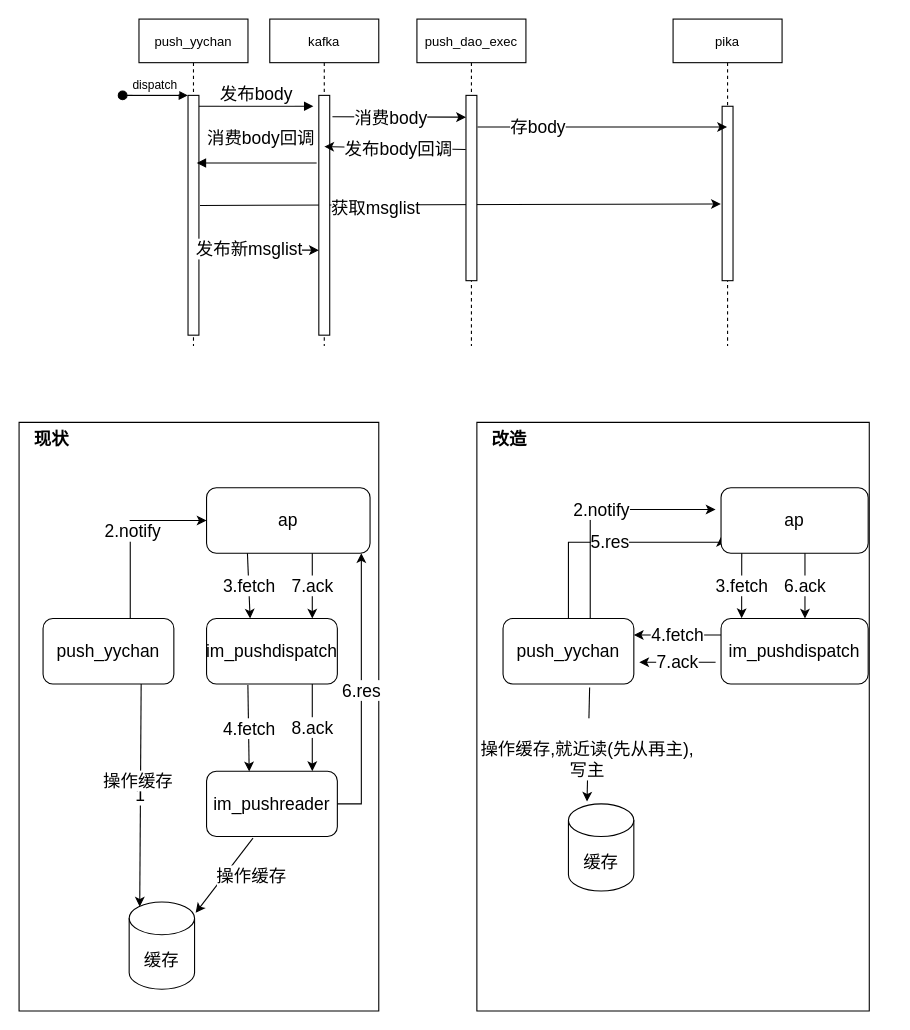
The draw.io diagram push推送时序图.drawio in zouzc/datagrams, before the edit. Source tidied: cells renumbered, new cells numbered last; positions are measured from the earlier drawing's top-left corner, leaving out a move shared by most shapes. Both pictures are drawn from the tidied source at 109%, with x=0, y=0 at pixel (19, 19).
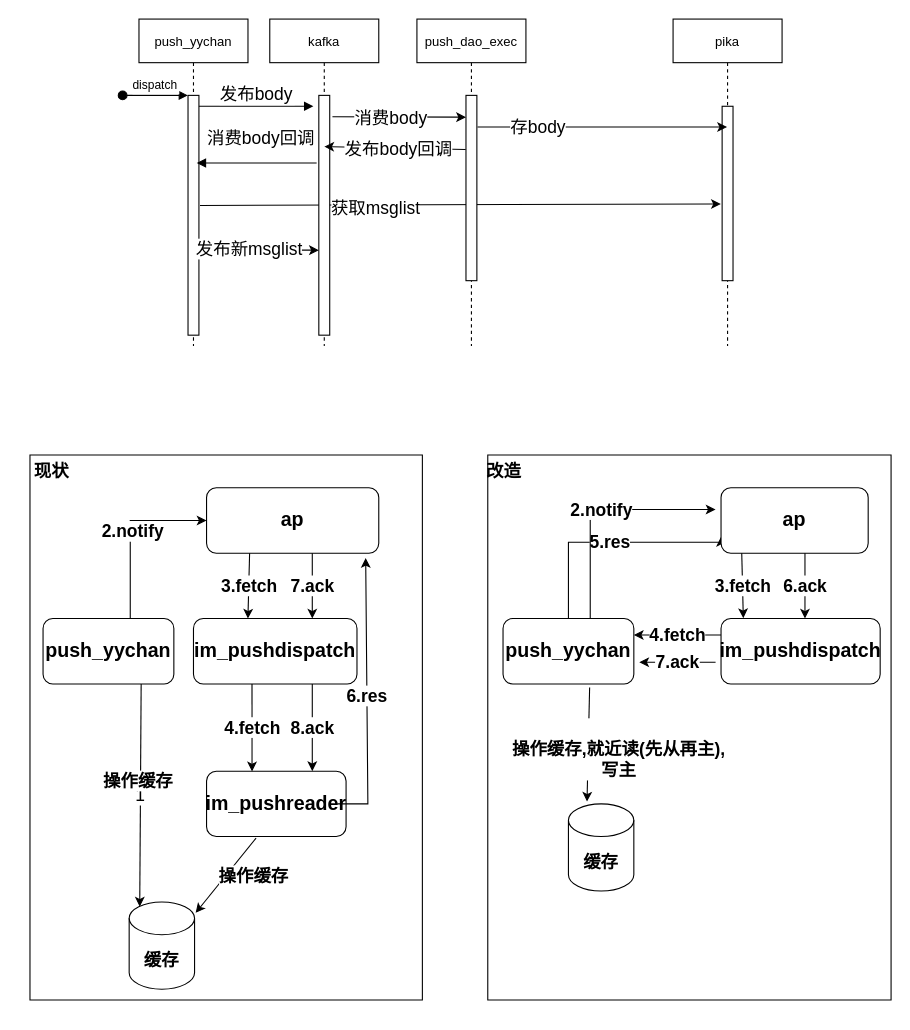
The same diagram, later.

Commit message:
更新push推送时序图.drawio

Unchanged cells that the change refers to:
```xml
<mxCell id="30" value="1" style="endArrow=classic;html=1;rounded=0;fontSize=16;exitX=0.75;exitY=1;exitDx=0;exitDy=0;entryX=0.145;entryY=0;entryDx=0;entryDy=4.35;entryPerimeter=0;" parent="1" edge="1" source="25">
  <mxGeometry relative="1" as="geometry">
    <mxPoint x="110.7" y="814.3" as="targetPoint" />
  </mxGeometry>
</mxCell>
```

Change to the diagram source:
```diff
@@
     <mxCell id="2" style="verticalLabelPosition=bottom;verticalAlign=top;html=1;shape=mxgraph.basic.rect;fillColor2=none;strokeWidth=1;size=20;indent=5;fontSize=16;fontColor=#000000;" parent="1" vertex="1">
-      <mxGeometry x="420" y="370" width="360" height="540" as="geometry" />
+      <mxGeometry x="430" y="400" width="370" height="500" as="geometry" />
     </mxCell>
     <mxCell id="3" style="verticalLabelPosition=bottom;verticalAlign=top;html=1;shape=mxgraph.basic.rect;fillColor2=none;strokeWidth=1;size=18.66;indent=5;fontSize=16;fontColor=#000000;" parent="1" vertex="1">
-      <mxGeometry y="370" width="330" height="540" as="geometry" />
+      <mxGeometry x="10" y="400" width="360" height="500" as="geometry" />
     </mxCell>
@@
-    <mxCell id="25" value="push_yychan" style="rounded=1;whiteSpace=wrap;html=1;fontSize=16;" parent="1" vertex="1">
+    <mxCell id="25" value="&lt;b&gt;&lt;font style=&quot;font-size: 18px;&quot;&gt;push_yychan&lt;/font&gt;&lt;/b&gt;" style="rounded=1;whiteSpace=wrap;html=1;fontSize=16;" parent="1" vertex="1">
       <mxGeometry x="22" y="550" width="120" height="60" as="geometry" />
     </mxCell>
-    <mxCell id="26" value="im_pushreader" style="rounded=1;whiteSpace=wrap;html=1;fontSize=16;" parent="1" vertex="1">
-      <mxGeometry x="172" y="690" width="120" height="60" as="geometry" />
+    <mxCell id="26" value="&lt;font style=&quot;font-size: 18px;&quot;&gt;im_pushreader&lt;/font&gt;" style="rounded=1;whiteSpace=wrap;html=1;fontSize=16;fontStyle=1;" parent="1" vertex="1">
+      <mxGeometry x="172" y="690" width="128" height="60" as="geometry" />
     </mxCell>
-    <mxCell id="27" value="ap" style="rounded=1;whiteSpace=wrap;html=1;fontSize=16;" parent="1" vertex="1">
-      <mxGeometry x="172" y="430" width="150" height="60" as="geometry" />
+    <mxCell id="27" value="ap" style="rounded=1;whiteSpace=wrap;html=1;fontSize=18;fontStyle=1;" parent="1" vertex="1">
+      <mxGeometry x="172" y="430" width="158" height="60" as="geometry" />
     </mxCell>
-    <mxCell id="28" value="缓存" style="shape=cylinder3;whiteSpace=wrap;html=1;boundedLbl=1;backgroundOutline=1;size=15;fontSize=16;" parent="1" vertex="1">
+    <mxCell id="28" value="缓存" style="shape=cylinder3;whiteSpace=wrap;html=1;boundedLbl=1;backgroundOutline=1;size=15;fontSize=16;fontStyle=1;" parent="1" vertex="1">
       <mxGeometry x="101" y="810" width="60" height="80" as="geometry" />
     </mxCell>
-    <mxCell id="29" value="&amp;nbsp;2.notify" style="endArrow=classic;html=1;rounded=0;fontSize=16;" parent="1" edge="1">
+    <mxCell id="29" value="&amp;nbsp;2.notify" style="endArrow=classic;html=1;rounded=0;fontSize=16;fontStyle=1;" parent="1" edge="1">
       <mxGeometry relative="1" as="geometry">
         <mxPoint x="102" y="550" as="sourcePoint" />
         <mxPoint x="172" y="460" as="targetPoint" />
         <Array as="points">
           <mxPoint x="102" y="460" />
         </Array>
       </mxGeometry>
     </mxCell>
@@
-    <mxCell id="31" value="操作缓存" style="edgeLabel;html=1;align=center;verticalAlign=middle;fontSize=16;" parent="30" vertex="1">
+    <mxCell id="31" value="操作缓存" style="edgeLabel;html=1;align=center;verticalAlign=middle;fontSize=16;fontStyle=1;" parent="30" vertex="1">
       <mxGeometry x="-0.13" relative="1" as="geometry">
         <mxPoint x="-3" as="offset" />
       </mxGeometry>
     </mxCell>
-    <mxCell id="32" value="im_pushdispatch" style="rounded=1;whiteSpace=wrap;html=1;fontSize=16;" parent="1" vertex="1">
-      <mxGeometry x="172" y="550" width="120" height="60" as="geometry" />
+    <mxCell id="32" value="&lt;font style=&quot;font-size: 18px;&quot;&gt;im_pushdispatch&lt;/font&gt;" style="rounded=1;whiteSpace=wrap;html=1;fontSize=16;fontStyle=1;" parent="1" vertex="1">
+      <mxGeometry x="160" y="550" width="150" height="60" as="geometry" />
     </mxCell>
-    <mxCell id="33" value="3.fetch" style="endArrow=classic;html=1;rounded=0;fontSize=16;exitX=0.25;exitY=1;exitDx=0;exitDy=0;entryX=0.333;entryY=0;entryDx=0;entryDy=0;entryPerimeter=0;" parent="1" edge="1" source="27" target="32">
+    <mxCell id="33" value="3.fetch" style="endArrow=classic;html=1;rounded=0;fontSize=16;exitX=0.25;exitY=1;exitDx=0;exitDy=0;entryX=0.333;entryY=0;entryDx=0;entryDy=0;fontStyle=1;entryPerimeter=0;" parent="1" edge="1" source="27" target="32">
       <mxGeometry relative="1" as="geometry" />
     </mxCell>
-    <mxCell id="34" value="4.fetch" style="endArrow=classic;html=1;rounded=0;fontSize=16;exitX=0.316;exitY=1.014;exitDx=0;exitDy=0;exitPerimeter=0;entryX=0.326;entryY=0.004;entryDx=0;entryDy=0;entryPerimeter=0;" parent="1" edge="1" source="32" target="26">
+    <mxCell id="34" value="4.fetch" style="endArrow=classic;html=1;rounded=0;fontSize=16;exitX=0.358;exitY=1;exitDx=0;exitDy=0;exitPerimeter=0;entryX=0.326;entryY=0.004;entryDx=0;entryDy=0;entryPerimeter=0;fontStyle=1;" parent="1" edge="1" source="32" target="26">
       <mxGeometry relative="1" as="geometry" />
     </mxCell>
-    <mxCell id="35" value="操作缓存" style="endArrow=classic;html=1;rounded=0;fontSize=16;exitX=0.355;exitY=1.024;exitDx=0;exitDy=0;exitPerimeter=0;entryX=1;entryY=0.125;entryDx=0;entryDy=0;entryPerimeter=0;" parent="1" edge="1" source="26">
+    <mxCell id="35" value="操作缓存" style="endArrow=classic;html=1;rounded=0;fontSize=16;exitX=0.355;exitY=1.024;exitDx=0;exitDy=0;exitPerimeter=0;entryX=1;entryY=0.125;entryDx=0;entryDy=0;entryPerimeter=0;fontStyle=1;" parent="1" edge="1" source="26">
       <mxGeometry x="-0.36" y="20" relative="1" as="geometry">
         <mxPoint x="162" y="820" as="targetPoint" />
       </mxGeometry>
     </mxCell>
-    <mxCell id="36" value="6.res" style="endArrow=classic;html=1;rounded=0;fontSize=16;" parent="1" edge="1">
+    <mxCell id="36" value="6.res" style="endArrow=classic;html=1;rounded=0;fontSize=16;fontStyle=1;entryX=0.924;entryY=1.073;entryDx=0;entryDy=0;entryPerimeter=0;" parent="1" edge="1" target="27">
       <mxGeometry relative="1" as="geometry">
         <mxPoint x="292" y="720" as="sourcePoint" />
-        <mxPoint x="314" y="490" as="targetPoint" />
         <Array as="points">
-          <mxPoint x="314" y="720" />
+          <mxPoint x="320" y="720" />
         </Array>
       </mxGeometry>
     </mxCell>
-    <mxCell id="37" value="7.ack" style="endArrow=classic;html=1;rounded=0;fontSize=16;exitX=0.5;exitY=1;exitDx=0;exitDy=0;entryX=0.708;entryY=0;entryDx=0;entryDy=0;entryPerimeter=0;" parent="1" edge="1">
+    <mxCell id="37" value="7.ack" style="endArrow=classic;html=1;rounded=0;fontSize=16;exitX=0.5;exitY=1;exitDx=0;exitDy=0;entryX=0.708;entryY=0;entryDx=0;entryDy=0;entryPerimeter=0;fontStyle=1;" parent="1" edge="1">
       <mxGeometry relative="1" as="geometry">
         <mxPoint x="269" y="490" as="sourcePoint" />
         <mxPoint x="269" y="550" as="targetPoint" />
       </mxGeometry>
     </mxCell>
-    <mxCell id="38" value="8.ack" style="endArrow=classic;html=1;rounded=0;fontSize=16;exitX=0.75;exitY=1;exitDx=0;exitDy=0;entryX=0.75;entryY=0;entryDx=0;entryDy=0;" parent="1" edge="1">
+    <mxCell id="38" value="8.ack" style="endArrow=classic;html=1;rounded=0;fontSize=16;exitX=0.75;exitY=1;exitDx=0;exitDy=0;entryX=0.75;entryY=0;entryDx=0;entryDy=0;fontStyle=1;" parent="1" edge="1">
       <mxGeometry relative="1" as="geometry">
         <mxPoint x="269" y="610" as="sourcePoint" />
         <mxPoint x="269" y="690" as="targetPoint" />
       </mxGeometry>
     </mxCell>
-    <mxCell id="39" value="&lt;font color=&quot;#000000&quot;&gt;5.res&lt;/font&gt;" style="edgeStyle=orthogonalEdgeStyle;rounded=0;jettySize=auto;html=1;exitX=0.5;exitY=0;exitDx=0;exitDy=0;entryX=0;entryY=0.75;entryDx=0;entryDy=0;fontSize=16;fontColor=#FFFF99;" parent="1" edge="1" source="40" target="41">
+    <mxCell id="39" value="&lt;font color=&quot;#000000&quot;&gt;5.res&lt;/font&gt;" style="edgeStyle=orthogonalEdgeStyle;rounded=0;jettySize=auto;html=1;exitX=0.5;exitY=0;exitDx=0;exitDy=0;entryX=0;entryY=0.75;entryDx=0;entryDy=0;fontSize=16;fontColor=#FFFF99;fontStyle=1;" parent="1" edge="1" source="40" target="41">
       <mxGeometry relative="1" as="geometry">
         <Array as="points">
           <mxPoint x="504" y="480" />
           <mxPoint x="644" y="480" />
         </Array>
       </mxGeometry>
     </mxCell>
-    <mxCell id="40" value="push_yychan" style="rounded=1;whiteSpace=wrap;html=1;fontSize=16;" parent="1" vertex="1">
+    <mxCell id="40" value="&lt;font style=&quot;font-size: 18px;&quot;&gt;push_yychan&lt;/font&gt;" style="rounded=1;whiteSpace=wrap;html=1;fontSize=16;fontStyle=1;" parent="1" vertex="1">
       <mxGeometry x="444" y="550" width="120" height="60" as="geometry" />
     </mxCell>
-    <mxCell id="41" value="ap" style="rounded=1;whiteSpace=wrap;html=1;fontSize=16;" parent="1" vertex="1">
+    <mxCell id="41" value="&lt;font style=&quot;font-size: 18px;&quot;&gt;ap&lt;/font&gt;" style="rounded=1;whiteSpace=wrap;html=1;fontSize=16;fontStyle=1;" parent="1" vertex="1">
       <mxGeometry x="644" y="430" width="135" height="60" as="geometry" />
     </mxCell>
-    <mxCell id="42" value="&amp;nbsp;2.notify" style="endArrow=classic;html=1;rounded=0;fontSize=16;" parent="1" edge="1">
+    <mxCell id="42" value="&amp;nbsp;2.notify" style="endArrow=classic;html=1;rounded=0;fontSize=16;fontStyle=1;" parent="1" edge="1">
       <mxGeometry relative="1" as="geometry">
         <mxPoint x="524" y="550" as="sourcePoint" />
         <mxPoint x="639" y="450" as="targetPoint" />
         <Array as="points">
           <mxPoint x="524" y="450" />
         </Array>
       </mxGeometry>
     </mxCell>
-    <mxCell id="43" value="im_pushdispatch" style="rounded=1;whiteSpace=wrap;html=1;fontSize=16;" parent="1" vertex="1">
-      <mxGeometry x="644" y="550" width="135" height="60" as="geometry" />
+    <mxCell id="43" value="&lt;font style=&quot;font-size: 18px;&quot;&gt;im_pushdispatch&lt;/font&gt;" style="rounded=1;whiteSpace=wrap;html=1;fontSize=16;fontStyle=1;" parent="1" vertex="1">
+      <mxGeometry x="644" y="550" width="146" height="60" as="geometry" />
     </mxCell>
-    <mxCell id="44" value="3.fetch" style="endArrow=classic;html=1;rounded=0;fontSize=16;entryX=0.14;entryY=-0.006;entryDx=0;entryDy=0;entryPerimeter=0;" parent="1" edge="1" target="43">
+    <mxCell id="44" value="3.fetch" style="endArrow=classic;html=1;rounded=0;fontSize=16;entryX=0.14;entryY=-0.006;entryDx=0;entryDy=0;entryPerimeter=0;fontStyle=1;" parent="1" edge="1" target="43">
       <mxGeometry relative="1" as="geometry">
         <mxPoint x="663" y="490" as="sourcePoint" />
       </mxGeometry>
     </mxCell>
-    <mxCell id="45" value="4.fetch" style="endArrow=classic;html=1;rounded=0;fontSize=16;exitX=0;exitY=0.25;exitDx=0;exitDy=0;entryX=1;entryY=0.25;entryDx=0;entryDy=0;" parent="1" edge="1" source="43" target="40">
+    <mxCell id="45" value="4.fetch" style="endArrow=classic;html=1;rounded=0;fontSize=16;exitX=0;exitY=0.25;exitDx=0;exitDy=0;entryX=1;entryY=0.25;entryDx=0;entryDy=0;fontStyle=1;" parent="1" edge="1" source="43" target="40">
       <mxGeometry relative="1" as="geometry" />
     </mxCell>
-    <mxCell id="46" value="6.ack" style="endArrow=classic;html=1;rounded=0;fontSize=16;exitX=0.5;exitY=1;exitDx=0;exitDy=0;entryX=0.708;entryY=0;entryDx=0;entryDy=0;entryPerimeter=0;" parent="1" edge="1">
+    <mxCell id="46" value="6.ack" style="endArrow=classic;html=1;rounded=0;fontSize=16;exitX=0.5;exitY=1;exitDx=0;exitDy=0;entryX=0.708;entryY=0;entryDx=0;entryDy=0;entryPerimeter=0;fontStyle=1;" parent="1" edge="1">
       <mxGeometry relative="1" as="geometry">
         <mxPoint x="721" y="490" as="sourcePoint" />
         <mxPoint x="721" y="550" as="targetPoint" />
       </mxGeometry>
     </mxCell>
-    <mxCell id="47" value="7.ack" style="endArrow=classic;html=1;rounded=0;fontSize=16;" parent="1" edge="1">
+    <mxCell id="47" value="7.ack" style="endArrow=classic;html=1;rounded=0;fontSize=16;fontStyle=1;" parent="1" edge="1">
       <mxGeometry relative="1" as="geometry">
         <mxPoint x="639" y="590" as="sourcePoint" />
         <mxPoint x="569" y="590" as="targetPoint" />
       </mxGeometry>
     </mxCell>
-    <mxCell id="48" value="缓存" style="shape=cylinder3;whiteSpace=wrap;html=1;boundedLbl=1;backgroundOutline=1;size=15;fontSize=16;" parent="1" vertex="1">
+    <mxCell id="48" value="缓存" style="shape=cylinder3;whiteSpace=wrap;html=1;boundedLbl=1;backgroundOutline=1;size=15;fontSize=16;fontStyle=1;" parent="1" vertex="1">
       <mxGeometry x="504" y="720" width="60" height="80" as="geometry" />
     </mxCell>
-    <mxCell id="49" value="&lt;br&gt;&lt;span style=&quot;color: rgb(0, 0, 0); font-family: Helvetica; font-size: 16px; font-style: normal; font-variant-ligatures: normal; font-variant-caps: normal; font-weight: 400; letter-spacing: normal; orphans: 2; text-align: center; text-indent: 0px; text-transform: none; widows: 2; word-spacing: 0px; -webkit-text-stroke-width: 0px; background-color: rgb(255, 255, 255); text-decoration-thickness: initial; text-decoration-style: initial; text-decoration-color: initial; float: none; display: inline !important;&quot;&gt;操作缓存,就近读(先从再主),&lt;br&gt;写主&lt;/span&gt;&lt;br&gt;" style="endArrow=classic;html=1;rounded=0;fontSize=16;fontColor=#000000;entryX=0.284;entryY=-0.026;entryDx=0;entryDy=0;entryPerimeter=0;exitX=0.662;exitY=1.053;exitDx=0;exitDy=0;exitPerimeter=0;" parent="1" edge="1" source="40" target="48">
-      <mxGeometry x="0.09" y="-1" relative="1" as="geometry" />
+    <mxCell id="49" value="&lt;br&gt;&lt;span style=&quot;color: rgb(0, 0, 0); font-family: Helvetica; font-size: 16px; font-style: normal; font-variant-ligatures: normal; font-variant-caps: normal; letter-spacing: normal; orphans: 2; text-align: center; text-indent: 0px; text-transform: none; widows: 2; word-spacing: 0px; -webkit-text-stroke-width: 0px; background-color: rgb(255, 255, 255); text-decoration-thickness: initial; text-decoration-style: initial; text-decoration-color: initial; float: none; display: inline !important;&quot;&gt;操作缓存,就近读(先从再主),&lt;br&gt;写主&lt;/span&gt;&lt;br&gt;" style="endArrow=classic;html=1;rounded=0;fontSize=16;fontColor=#000000;entryX=0.284;entryY=-0.026;entryDx=0;entryDy=0;entryPerimeter=0;exitX=0.662;exitY=1.053;exitDx=0;exitDy=0;exitPerimeter=0;fontStyle=1;" parent="1" edge="1" source="40" target="48">
+      <mxGeometry x="0.07" y="28" relative="1" as="geometry" />
     </mxCell>
     <mxCell id="50" value="&lt;b&gt;现状&lt;/b&gt;" style="text;html=1;strokeColor=none;fillColor=none;align=center;verticalAlign=middle;whiteSpace=wrap;rounded=0;fontSize=16;fontColor=#000000;" parent="1" vertex="1">
-      <mxGeometry y="370" width="60" height="30" as="geometry" />
+      <mxGeometry y="400" width="60" height="30" as="geometry" />
     </mxCell>
     <mxCell id="51" value="&lt;b&gt;改造&lt;/b&gt;" style="text;html=1;strokeColor=none;fillColor=none;align=center;verticalAlign=middle;whiteSpace=wrap;rounded=0;fontSize=16;fontColor=#000000;" parent="1" vertex="1">
-      <mxGeometry x="420" y="370" width="60" height="30" as="geometry" />
+      <mxGeometry x="415" y="400" width="60" height="30" as="geometry" />
     </mxCell>
```
